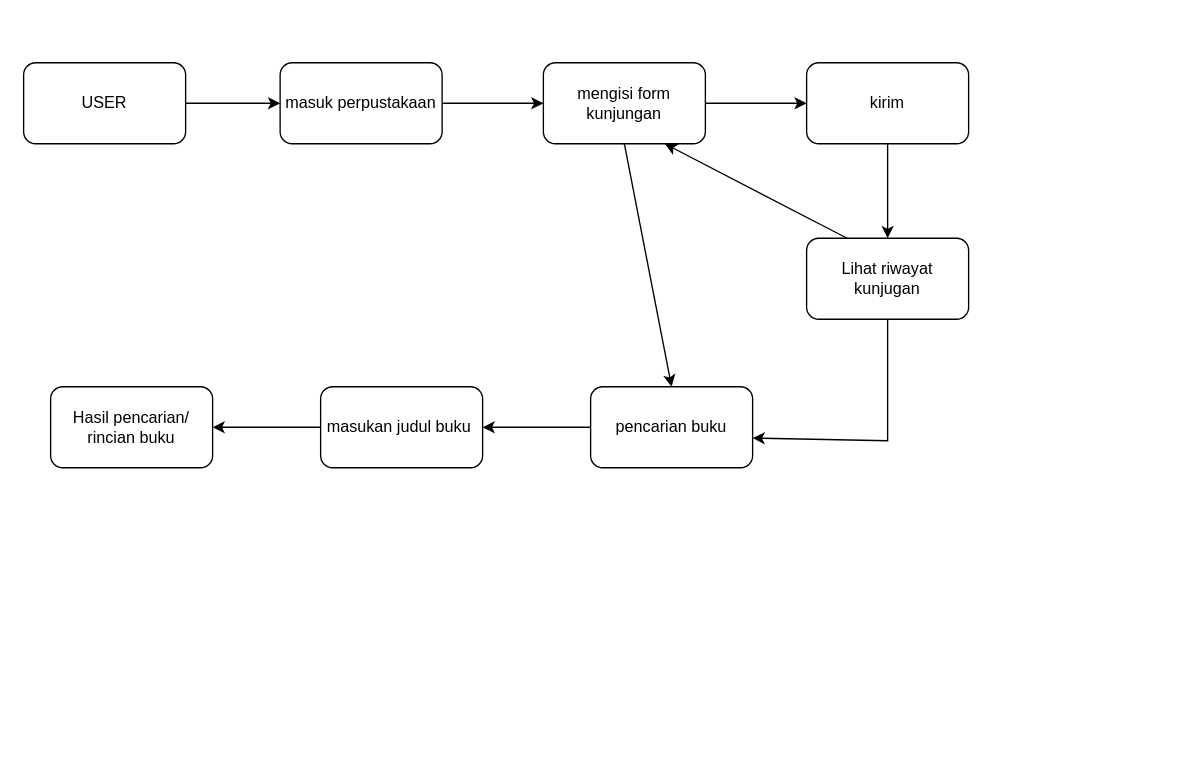
Before: Alur-perpus-Digital.drawio in FahrulNa/Alur-Perpus-Digital, a draw.io diagram. Source tidied: cells renumbered, new cells numbered last; positions are measured from the earlier drawing's top-left corner, leaving out a move shared by most shapes. Both pictures are drawn from the tidied source at 135%, with x=0, y=0 at pixel (23, 62).
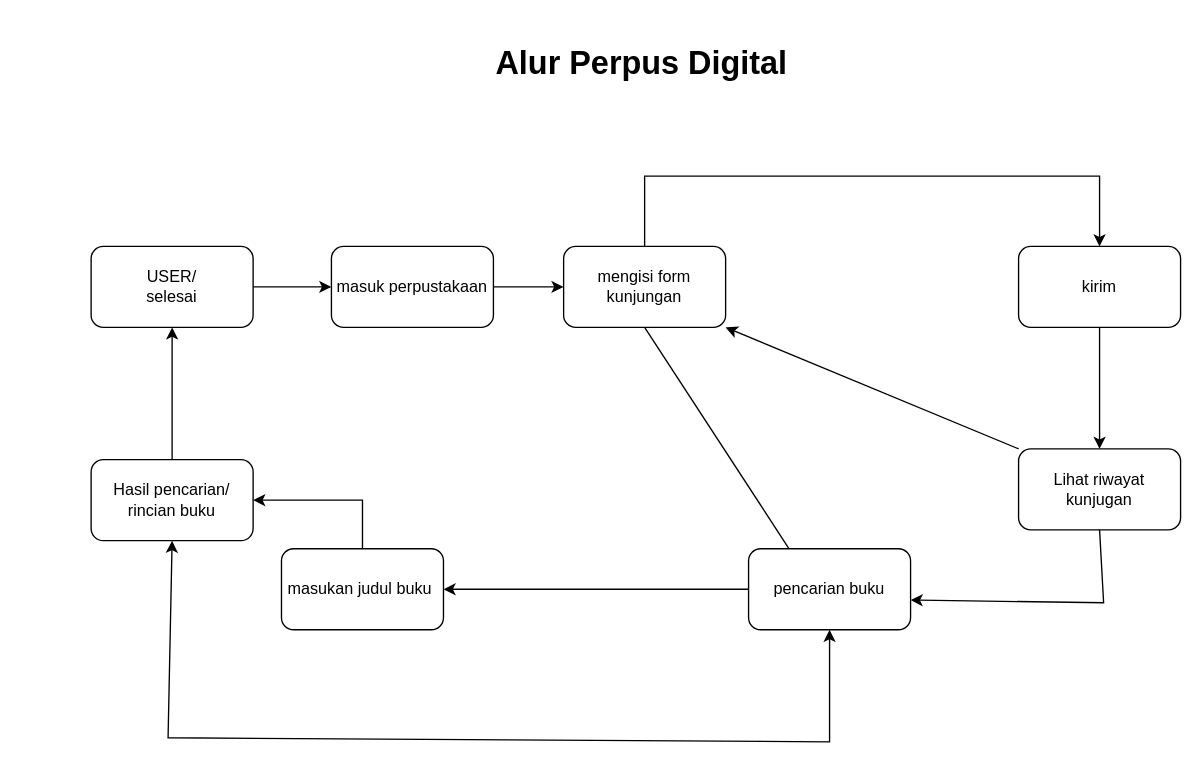
Above is the later version.

The edit, as a diff of the source:
```diff
@@
-    <mxCell id="2" value="USER" style="rounded=1;whiteSpace=wrap;html=1;" parent="1" vertex="1">
-      <mxGeometry width="120" height="60" as="geometry" />
+    <mxCell id="2" value="USER/&lt;br&gt;selesai" style="rounded=1;whiteSpace=wrap;html=1;" parent="1" vertex="1">
+      <mxGeometry x="50" y="136" width="120" height="60" as="geometry" />
     </mxCell>
     <mxCell id="3" value="masuk perpustakaan" style="rounded=1;whiteSpace=wrap;html=1;" parent="1" vertex="1">
-      <mxGeometry x="190" width="120" height="60" as="geometry" />
+      <mxGeometry x="228" y="136" width="120" height="60" as="geometry" />
     </mxCell>
     <mxCell id="4" style="edgeStyle=orthogonalEdgeStyle;rounded=0;jettySize=auto;html=1;" parent="1" edge="1" source="5" target="11">
       <mxGeometry relative="1" as="geometry">
         <Array as="points">
-          <mxPoint x="550" y="30" />
-          <mxPoint x="550" y="30" />
+          <mxPoint x="460" y="84" />
+          <mxPoint x="797" y="84" />
         </Array>
       </mxGeometry>
     </mxCell>
     <mxCell id="5" value="mengisi form kunjungan" style="rounded=1;whiteSpace=wrap;html=1;" parent="1" vertex="1">
-      <mxGeometry x="385" width="120" height="60" as="geometry" />
+      <mxGeometry x="400" y="136" width="120" height="60" as="geometry" />
     </mxCell>
     <mxCell id="6" value="Lihat riwayat kunjugan" style="rounded=1;whiteSpace=wrap;html=1;" parent="1" vertex="1">
-      <mxGeometry x="580" y="130" width="120" height="60" as="geometry" />
+      <mxGeometry x="737" y="286" width="120" height="60" as="geometry" />
     </mxCell>
@@
     <mxCell id="8" value="pencarian buku" style="rounded=1;whiteSpace=wrap;html=1;" parent="1" vertex="1">
-      <mxGeometry x="420" y="240" width="120" height="60" as="geometry" />
+      <mxGeometry x="537" y="360" width="120" height="60" as="geometry" />
     </mxCell>
@@
     <mxCell id="11" value="kirim" style="whiteSpace=wrap;html=1;rounded=1;" parent="1" vertex="1">
-      <mxGeometry x="580" width="120" height="60" as="geometry" />
+      <mxGeometry x="737" y="136" width="120" height="60" as="geometry" />
     </mxCell>
@@
-    <mxCell id="13" style="endArrow=classic;html=1;rounded=0;entryX=0.75;entryY=1;entryDx=0;entryDy=0;exitX=0.25;exitY=0;exitDx=0;exitDy=0;" parent="1" edge="1" source="6" target="5">
+    <mxCell id="13" style="endArrow=classic;html=1;rounded=0;entryX=1;entryY=1;entryDx=0;entryDy=0;exitX=0;exitY=0;exitDx=0;exitDy=0;" parent="1" edge="1" source="6" target="5">
       <mxGeometry relative="1" as="geometry" />
     </mxCell>
     <mxCell id="14" style="edgeStyle=none;jettySize=auto;html=1;rounded=0;exitX=0.5;exitY=1;exitDx=0;exitDy=0;entryX=1;entryY=0.633;entryDx=0;entryDy=0;entryPerimeter=0;" parent="1" edge="1" source="6" target="8">
       <mxGeometry relative="1" as="geometry">
         <Array as="points">
-          <mxPoint x="640" y="280" />
+          <mxPoint x="800" y="400" />
         </Array>
       </mxGeometry>
     </mxCell>
-    <mxCell id="15" style="edgeStyle=orthogonalEdgeStyle;rounded=0;jettySize=auto;html=1;" parent="1" edge="1" source="16" target="17">
-      <mxGeometry relative="1" as="geometry" />
-    </mxCell>
     <mxCell id="16" value="masukan judul buku&amp;nbsp;" style="rounded=1;whiteSpace=wrap;html=1;" parent="1" vertex="1">
-      <mxGeometry x="220" y="240" width="120" height="60" as="geometry" />
+      <mxGeometry x="191" y="360" width="120" height="60" as="geometry" />
     </mxCell>
     <mxCell id="17" value="Hasil pencarian/&lt;br&gt;rincian buku" style="rounded=1;whiteSpace=wrap;html=1;" parent="1" vertex="1">
-      <mxGeometry x="20" y="240" width="120" height="60" as="geometry" />
+      <mxGeometry x="50" y="294" width="120" height="60" as="geometry" />
     </mxCell>
-    <mxCell id="18" style="endArrow=classic;html=1;rounded=0;exitX=0.5;exitY=1;exitDx=0;exitDy=0;entryX=0.5;entryY=0;entryDx=0;entryDy=0;" parent="1" edge="1" source="5" target="8">
-      <mxGeometry relative="1" as="geometry" />
-    </mxCell>
+    <mxCell id="19" style="endArrow=none;html=1;rounded=0;entryX=0.5;entryY=1;entryDx=0;entryDy=0;exitX=0.25;exitY=0;exitDx=0;exitDy=0;" parent="1" edge="1" source="8" target="5">
+      <mxGeometry relative="1" as="geometry" />
+    </mxCell>
+    <mxCell id="15" style="endArrow=classic;html=1;rounded=0;exitX=0.5;exitY=0;exitDx=0;exitDy=0;entryX=1;entryY=0.5;entryDx=0;entryDy=0;" parent="1" edge="1" source="16" target="17">
+      <mxGeometry relative="1" as="geometry">
+        <Array as="points">
+          <mxPoint x="251" y="324" />
+        </Array>
+      </mxGeometry>
+    </mxCell>
+    <mxCell id="20" style="endArrow=classic;startArrow=classic;html=1;rounded=0;exitX=0.5;exitY=1;exitDx=0;exitDy=0;entryX=0.5;entryY=1;entryDx=0;entryDy=0;" parent="1" edge="1" source="17" target="8">
+      <mxGeometry relative="1" as="geometry">
+        <Array as="points">
+          <mxPoint x="107" y="500" />
+          <mxPoint x="597" y="503" />
+        </Array>
+      </mxGeometry>
+    </mxCell>
+    <mxCell id="21" style="endArrow=classic;html=1;rounded=0;entryX=0.5;entryY=1;entryDx=0;entryDy=0;exitX=0.5;exitY=0;exitDx=0;exitDy=0;" parent="1" edge="1" source="17" target="2">
+      <mxGeometry relative="1" as="geometry" />
+    </mxCell>
+    <mxCell id="22" value="&lt;h1&gt;Alur Perpus Digital&lt;/h1&gt;" style="text;html=1;strokeColor=none;fillColor=none;spacing=5;spacingTop=-20;whiteSpace=wrap;overflow=hidden;rounded=0;" parent="1" vertex="1">
+      <mxGeometry x="345" y="-19" width="231" height="46" as="geometry" />
+    </mxCell>
```
